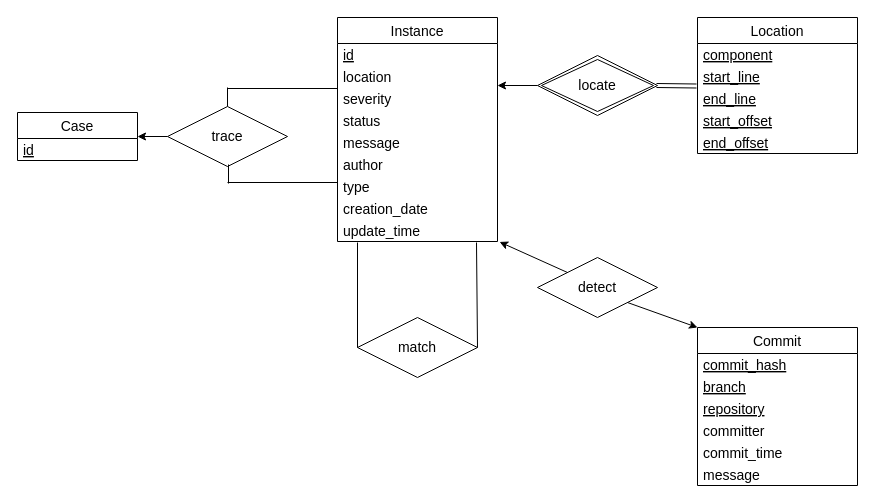
Before: doc/ERdiagram.drawio in bmhtsx/DatabasePJ, a draw.io diagram. Source tidied: cells renumbered, new cells numbered last; positions are measured from the earlier drawing's top-left corner, leaving out a move shared by most shapes. Both pictures are drawn from the tidied source at 100%, with x=0, y=0 at pixel (17, 17).
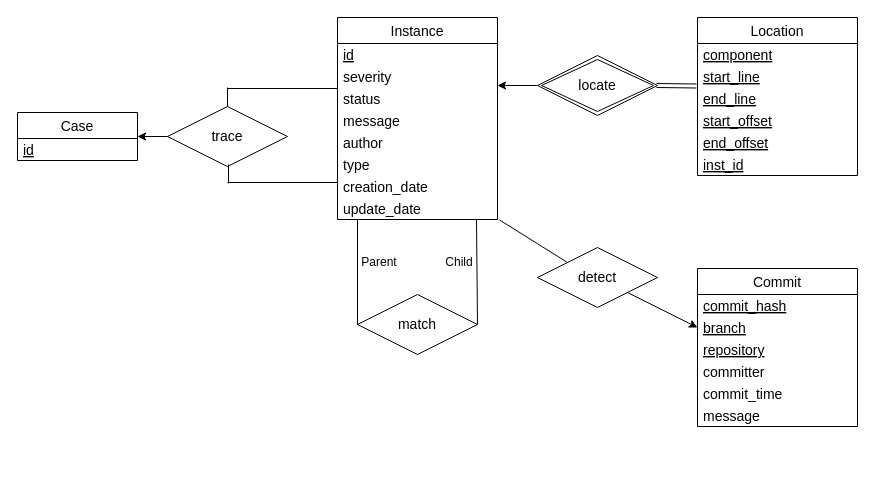
The same page after the edit.

Change to the diagram source:
```diff
@@
     <mxCell id="2" value="Instance" style="swimlane;fontStyle=0;horizontal=1;startSize=26;align=center;fontSize=14;" parent="1" vertex="1">
-      <mxGeometry x="320" width="160" height="224" as="geometry" />
+      <mxGeometry x="320" width="160" height="202" as="geometry" />
     </mxCell>
@@
-    <mxCell id="4" value="location" style="text;strokeColor=none;fillColor=none;spacingLeft=4;spacingRight=4;overflow=hidden;fontSize=14;verticalAlign=middle;" parent="2" vertex="1">
-      <mxGeometry y="48" width="160" height="22" as="geometry" />
-    </mxCell>
     <mxCell id="5" value="severity" style="text;strokeColor=none;fillColor=none;spacingLeft=4;spacingRight=4;overflow=hidden;fontSize=14;verticalAlign=middle;" parent="2" vertex="1">
-      <mxGeometry y="70" width="160" height="22" as="geometry" />
+      <mxGeometry y="48" width="160" height="22" as="geometry" />
     </mxCell>
     <mxCell id="6" value="status" style="text;strokeColor=none;fillColor=none;spacingLeft=4;spacingRight=4;overflow=hidden;fontSize=14;verticalAlign=middle;" parent="2" vertex="1">
-      <mxGeometry y="92" width="160" height="22" as="geometry" />
+      <mxGeometry y="70" width="160" height="22" as="geometry" />
     </mxCell>
     <mxCell id="7" value="message" style="text;strokeColor=none;fillColor=none;spacingLeft=4;spacingRight=4;overflow=hidden;fontSize=14;verticalAlign=middle;" parent="2" vertex="1">
-      <mxGeometry y="114" width="160" height="22" as="geometry" />
+      <mxGeometry y="92" width="160" height="22" as="geometry" />
     </mxCell>
     <mxCell id="8" value="author" style="text;strokeColor=none;fillColor=none;spacingLeft=4;spacingRight=4;overflow=hidden;fontSize=14;verticalAlign=middle;" parent="2" vertex="1">
-      <mxGeometry y="136" width="160" height="22" as="geometry" />
+      <mxGeometry y="114" width="160" height="22" as="geometry" />
     </mxCell>
     <mxCell id="9" value="type" style="text;strokeColor=none;fillColor=none;spacingLeft=4;spacingRight=4;overflow=hidden;fontSize=14;verticalAlign=middle;" parent="2" vertex="1">
-      <mxGeometry y="158" width="160" height="22" as="geometry" />
+      <mxGeometry y="136" width="160" height="22" as="geometry" />
     </mxCell>
     <mxCell id="10" value="creation_date" style="text;strokeColor=none;fillColor=none;spacingLeft=4;spacingRight=4;overflow=hidden;fontSize=14;verticalAlign=middle;" parent="2" vertex="1">
-      <mxGeometry y="180" width="160" height="22" as="geometry" />
+      <mxGeometry y="158" width="160" height="22" as="geometry" />
     </mxCell>
-    <mxCell id="11" value="update_time" style="text;strokeColor=none;fillColor=none;spacingLeft=4;spacingRight=4;overflow=hidden;points=[[0,0.5],[1,0.5]];portConstraint=eastwest;fontSize=14;verticalAlign=middle;" parent="2" vertex="1">
-      <mxGeometry y="202" width="160" height="22" as="geometry" />
+    <mxCell id="11" value="update_date" style="text;strokeColor=none;fillColor=none;spacingLeft=4;spacingRight=4;overflow=hidden;points=[[0,0.5],[1,0.5]];portConstraint=eastwest;fontSize=14;verticalAlign=middle;" parent="2" vertex="1">
+      <mxGeometry y="180" width="160" height="22" as="geometry" />
     </mxCell>
     <mxCell id="12" value="Location" style="swimlane;fontStyle=0;horizontal=1;startSize=26;align=center;fontSize=14;" parent="1" vertex="1">
-      <mxGeometry x="680" width="160" height="136" as="geometry" />
+      <mxGeometry x="680" width="160" height="158" as="geometry" />
     </mxCell>
@@
+    <mxCell id="42" value="inst_id" style="text;strokeColor=none;fillColor=none;spacingLeft=4;spacingRight=4;overflow=hidden;fontSize=14;fontStyle=4;verticalAlign=middle;" parent="12" vertex="1">
+      <mxGeometry y="136" width="160" height="22" as="geometry" />
+    </mxCell>
@@
     <mxCell id="21" value="Commit" style="swimlane;fontStyle=0;horizontal=1;startSize=26;align=center;fontSize=14;" parent="1" vertex="1">
-      <mxGeometry x="680" y="310" width="160" height="158" as="geometry" />
+      <mxGeometry x="680" y="251" width="160" height="158" as="geometry" />
     </mxCell>
@@
-    <mxCell id="28" style="edgeStyle=none;html=1;exitX=0;exitY=0;exitDx=0;exitDy=0;entryX=1.013;entryY=1.021;entryDx=0;entryDy=0;entryPerimeter=0;fontSize=14;" parent="1" edge="1" source="30" target="11">
+    <mxCell id="28" style="edgeStyle=none;html=1;exitX=0;exitY=0;exitDx=0;exitDy=0;entryX=1.013;entryY=1.021;entryDx=0;entryDy=0;entryPerimeter=0;fontSize=14;endArrow=none;endFill=0;" parent="1" edge="1" source="30" target="11">
       <mxGeometry relative="1" as="geometry" />
     </mxCell>
@@
     <mxCell id="30" value="detect" style="shape=rhombus;perimeter=rhombusPerimeter;whiteSpace=wrap;html=1;align=center;fontSize=14;" parent="1" vertex="1">
-      <mxGeometry x="520" y="240" width="120" height="60" as="geometry" />
+      <mxGeometry x="520" y="230" width="120" height="60" as="geometry" />
     </mxCell>
     <mxCell id="31" value="match" style="shape=rhombus;perimeter=rhombusPerimeter;whiteSpace=wrap;html=1;align=center;fontSize=14;" parent="1" vertex="1">
-      <mxGeometry x="340" y="300" width="120" height="60" as="geometry" />
+      <mxGeometry x="340" y="277" width="120" height="60" as="geometry" />
     </mxCell>
     <mxCell id="32" style="endArrow=none;html=1;rounded=0;fontSize=14;entryX=0;entryY=0.5;entryDx=0;entryDy=0;" parent="1" edge="1" target="31">
       <mxGeometry relative="1" as="geometry">
-        <mxPoint x="340" y="225" as="sourcePoint" />
+        <mxPoint x="340" y="202" as="sourcePoint" />
       </mxGeometry>
     </mxCell>
     <mxCell id="33" style="endArrow=none;html=1;rounded=0;fontSize=14;exitX=1;exitY=0.5;exitDx=0;exitDy=0;" parent="1" edge="1" source="31">
       <mxGeometry relative="1" as="geometry">
-        <mxPoint x="459" y="225" as="targetPoint" />
+        <mxPoint x="459" y="202" as="targetPoint" />
       </mxGeometry>
     </mxCell>
@@
+    <mxCell id="43" value="Parent" style="text;html=1;strokeColor=none;fillColor=none;align=center;verticalAlign=middle;whiteSpace=wrap;rounded=0;" parent="1" vertex="1">
+      <mxGeometry x="332" y="230" width="60" height="30" as="geometry" />
+    </mxCell>
+    <mxCell id="44" value="Child" style="text;html=1;strokeColor=none;fillColor=none;align=center;verticalAlign=middle;whiteSpace=wrap;rounded=0;" parent="1" vertex="1">
+      <mxGeometry x="412" y="230" width="60" height="30" as="geometry" />
+    </mxCell>
```
